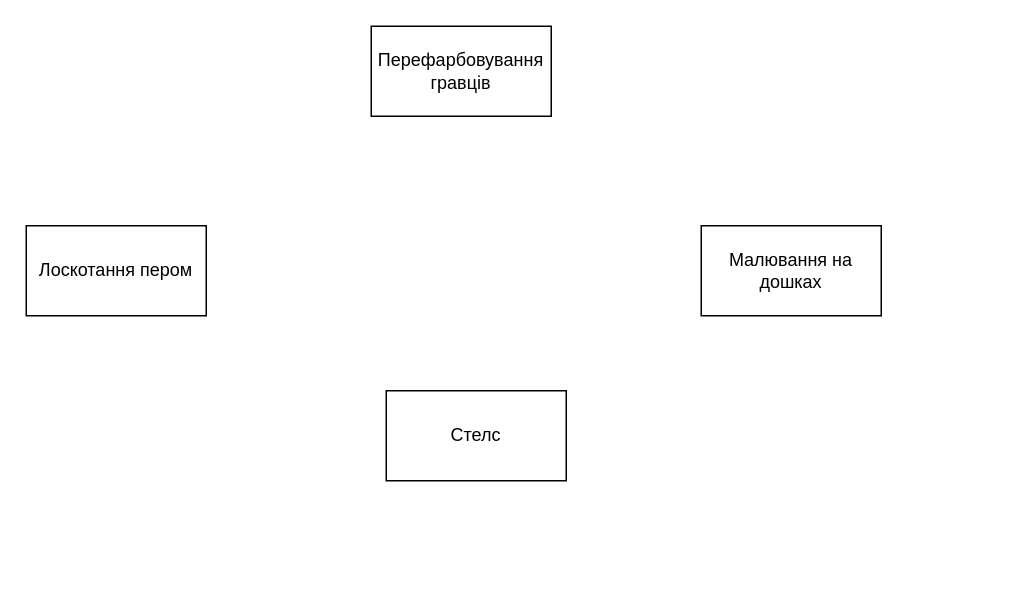
Earlier version of the draw.io diagram page "Механіки" (3 of 3) of Ideas.drawio (ALaborate/Jam24). Source tidied: cells renumbered, new cells numbered last; positions are measured from the earlier drawing's top-left corner, leaving out a move shared by most shapes. Both pictures are drawn from the tidied source at 150%, with x=0, y=0 at pixel (26, 26).
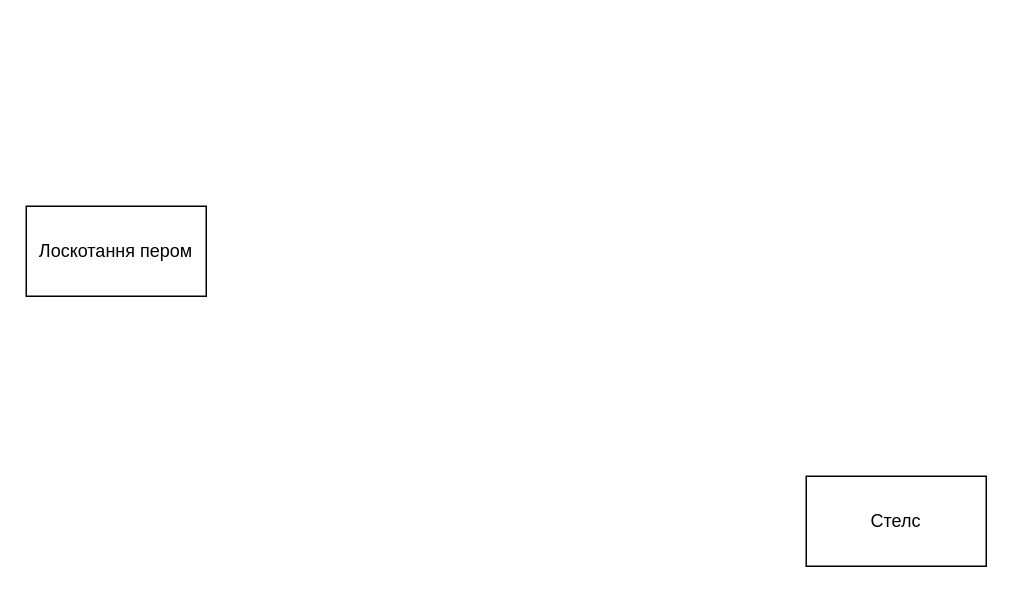
The same diagram, later.

What changed in the source:
```diff
@@
 <mxGraphModel>
   <root>
     <mxCell id="0" />
     <mxCell id="1" parent="0" />
-    <mxCell id="2" value="Малювання на дошках" style="whiteSpace=wrap;html=1;" parent="1" vertex="1">
-      <mxGeometry x="450" y="133" width="120" height="60" as="geometry" />
-    </mxCell>
-    <mxCell id="3" value="Перефарбовування гравців" style="whiteSpace=wrap;html=1;" parent="1" vertex="1">
-      <mxGeometry x="230" width="120" height="60" as="geometry" />
-    </mxCell>
     <mxCell id="4" value="Лоскотання пером" style="whiteSpace=wrap;html=1;" parent="1" vertex="1">
-      <mxGeometry y="133" width="120" height="60" as="geometry" />
+      <mxGeometry y="120" width="120" height="60" as="geometry" />
     </mxCell>
     <mxCell id="5" value="Стелс" style="whiteSpace=wrap;html=1;" parent="1" vertex="1">
-      <mxGeometry x="240" y="243" width="120" height="60" as="geometry" />
+      <mxGeometry x="520" y="300" width="120" height="60" as="geometry" />
     </mxCell>
   </root>
 </mxGraphModel>
```
